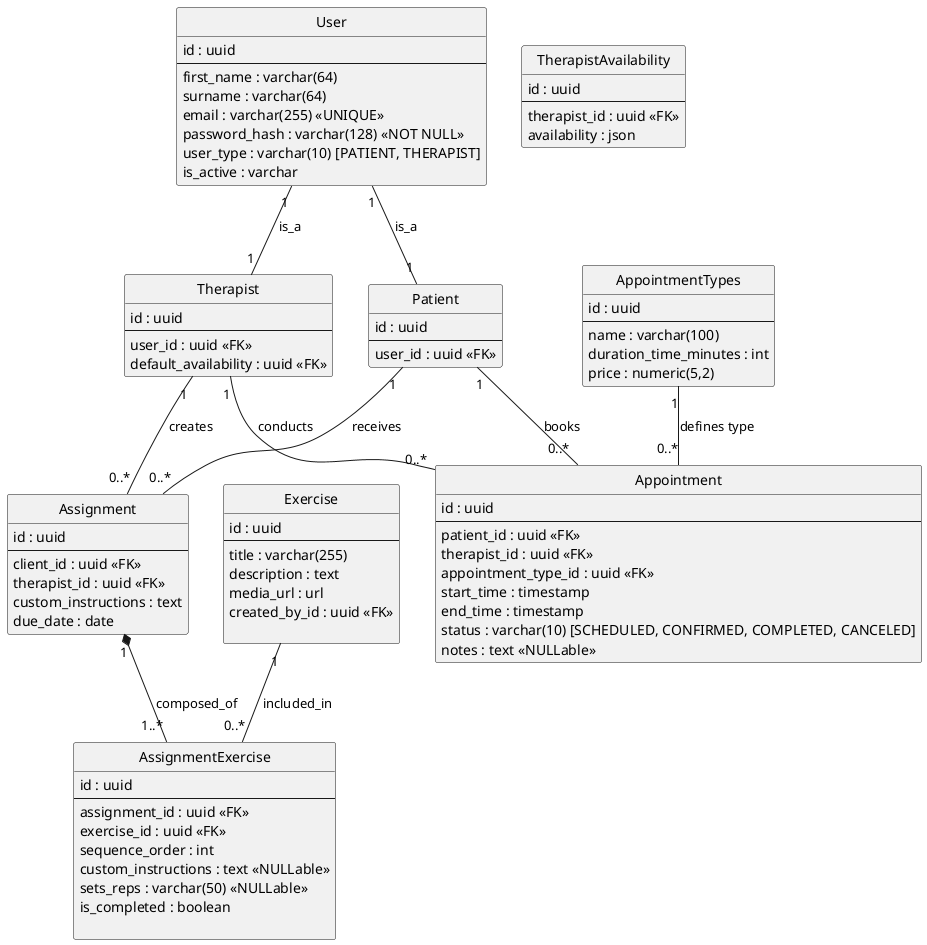
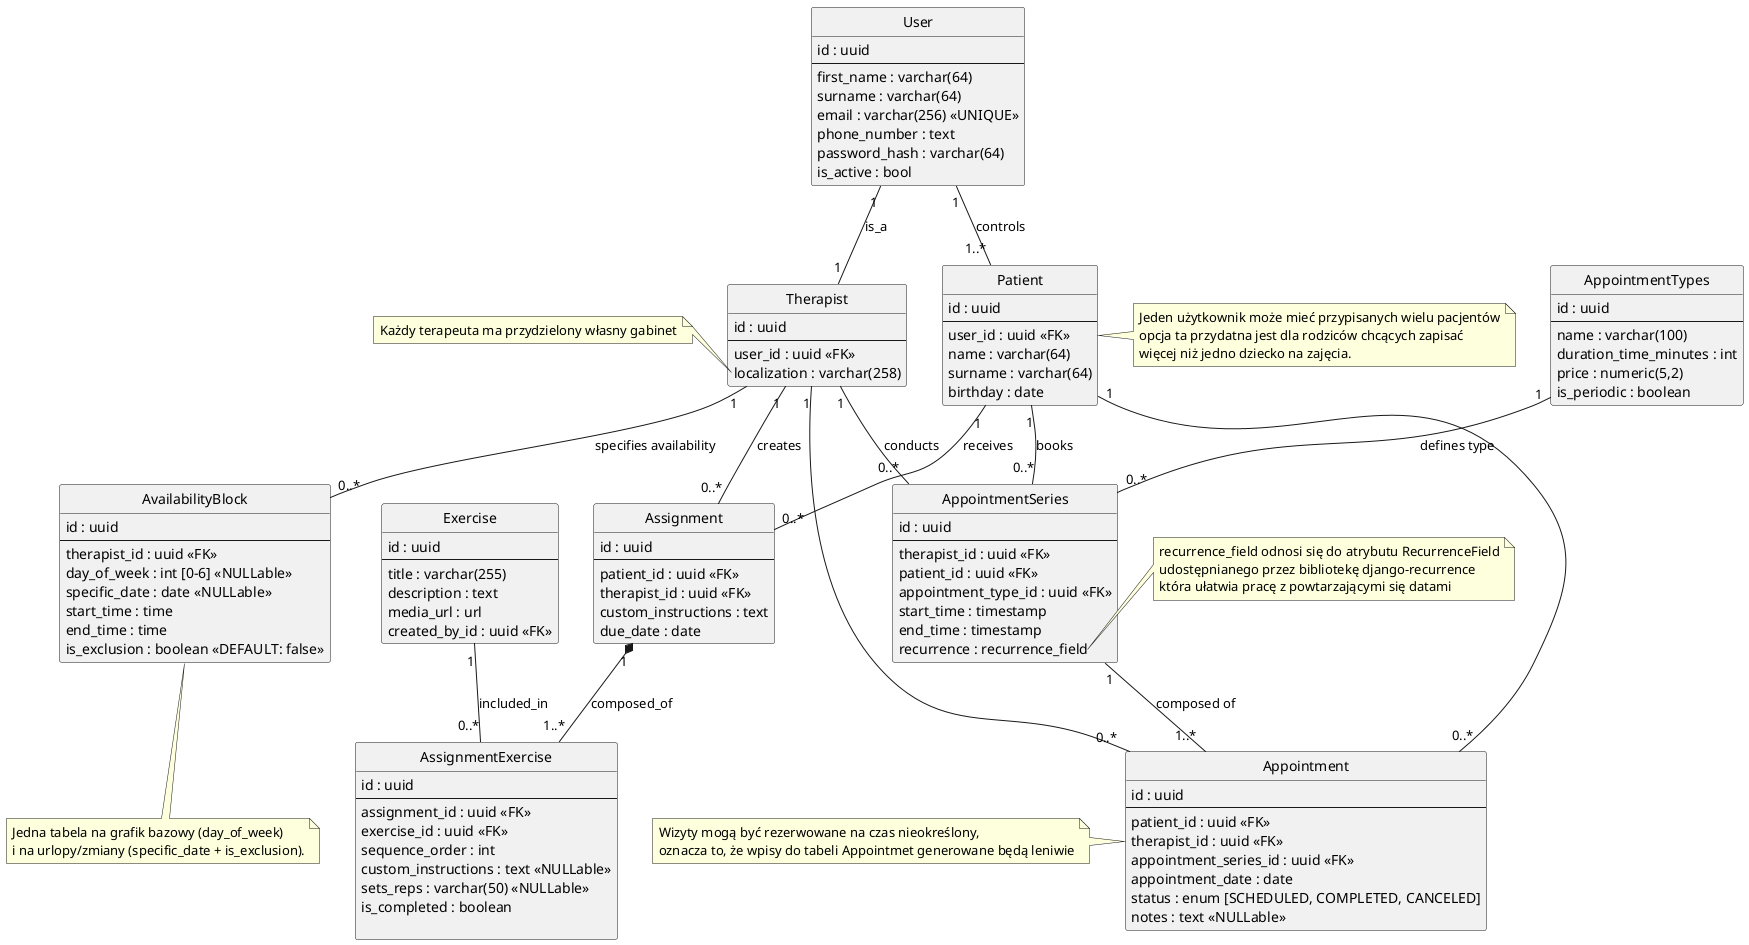
@startuml Speech Therapy Office Management System (sTOMs)

hide empty methods
hide circle

'---------------
' Profiles
'---------------

class User {
    id : uuid
--
    first_name : varchar(64)
    surname : varchar(64)
-     email : varchar(255) <<UNIQUE>>
-     password_hash : varchar(128) <<NOT NULL>>
-     user_type : varchar(10) [PATIENT, THERAPIST]
-     is_active : varchar
+     email : varchar(256) <<UNIQUE>>
+     phone_number : text
+     password_hash : varchar(64)
+     is_active : bool
}


class Therapist {
    id : uuid
--
    user_id : uuid <<FK>>
-     default_availability : uuid <<FK>>
+     localization : varchar(258)
}
+ note left of Therapist::localization
+ Każdy terapeuta ma przydzielony własny gabinet
+ endnote

class Patient {
    id : uuid
--
    user_id : uuid <<FK>>
+     name : varchar(64)
+     surname : varchar(64)
+     birthday : date
}
+ note right
+ Jeden użytkownik może mieć przypisanych wielu pacjentów
+ opcja ta przydatna jest dla rodziców chcących zapisać
+ więcej niż jedno dziecko na zajęcia.
+ endnote

User "1" -- "1" Therapist : is_a
- User "1" -- "1" Patient : is_a
+ User "1" -- "1..*" Patient : controls


'---------------
' Therapy and Scheduling
'---------------

class AppointmentTypes {
    id : uuid
--
    name : varchar(100)
    duration_time_minutes : int
    price : numeric(5,2)
+     is_periodic : boolean
}

- class TherapistAvailability {
+ class AvailabilityBlock {
    id : uuid
--
    therapist_id : uuid <<FK>>
-     availability : json
+     day_of_week : int [0-6] <<NULLable>>
+     specific_date : date <<NULLable>>
+     start_time : time
+     end_time : time
+     is_exclusion : boolean <<DEFAULT: false>>
}
+ note bottom: Jedna tabela na grafik bazowy (day_of_week)\ni na urlopy/zmiany (specific_date + is_exclusion).


class Appointment {
    id : uuid
--
    patient_id : uuid <<FK>>
    therapist_id : uuid <<FK>>
+     appointment_series_id : uuid <<FK>>
+     appointment_date : date
+     status : enum [SCHEDULED, COMPLETED, CANCELED]
+     notes : text <<NULLable>>
+ }
+ note left of Appointment
+ Wizyty mogą być rezerwowane na czas nieokreślony,
+ oznacza to, że wpisy do tabeli Appointmet generowane będą leniwie
+ endnote
+ 
+ class AppointmentSeries {
+     id : uuid
+ --
+     therapist_id : uuid <<FK>>
+     patient_id : uuid <<FK>>
    appointment_type_id : uuid <<FK>>
    start_time : timestamp
    end_time : timestamp
-     status : varchar(10) [SCHEDULED, CONFIRMED, COMPLETED, CANCELED]
-     notes : text <<NULLable>>
+     recurrence : recurrence_field
}
+ note right of AppointmentSeries::recurrence
+ recurrence_field odnosi się do atrybutu RecurrenceField
+ udostępnianego przez bibliotekę django-recurrence
+ która ułatwia pracę z powtarzającymi się datami
+ endnote

- Patient "1" -- "0..*" Appointment : books
- Therapist "1" -- "0..*" Appointment : conducts
- AppointmentTypes "1" -- "0..*" Appointment : defines type
+ Therapist "1" -- "0..*" AvailabilityBlock : specifies availability
+ Patient "1" -- "0..*" Appointment
+ Therapist "1" -- "0..*" Appointment
+ Patient "1" -- "0..*" AppointmentSeries : books
+ Therapist "1" -- "0..*" AppointmentSeries : conducts
+ AppointmentTypes "1" -- "0..*" AppointmentSeries : defines type
+ AppointmentSeries "1" -- "1..*" Appointment : composed of


'---------------
' Home Assignments
'---------------

class Exercise {
    id : uuid
--
    title : varchar(255)
    description : text
    media_url : url
    created_by_id : uuid <<FK>>
- 
}


class Assignment {
    id : uuid
--
-     client_id : uuid <<FK>>
+     patient_id : uuid <<FK>>
    therapist_id : uuid <<FK>>
    custom_instructions : text
    due_date : date
}

class AssignmentExercise {
    id : uuid
--
    assignment_id : uuid <<FK>>
    exercise_id : uuid <<FK>>
    sequence_order : int
    custom_instructions : text <<NULLable>>
    sets_reps : varchar(50) <<NULLable>>
    is_completed : boolean

}

Therapist "1" -- "0..*" Assignment : creates
Patient "1" -- "0..*" Assignment : receives

Assignment "1" *-- "1..*" AssignmentExercise : composed_of
Exercise "1" -- "0..*" AssignmentExercise : included_in

@enduml
